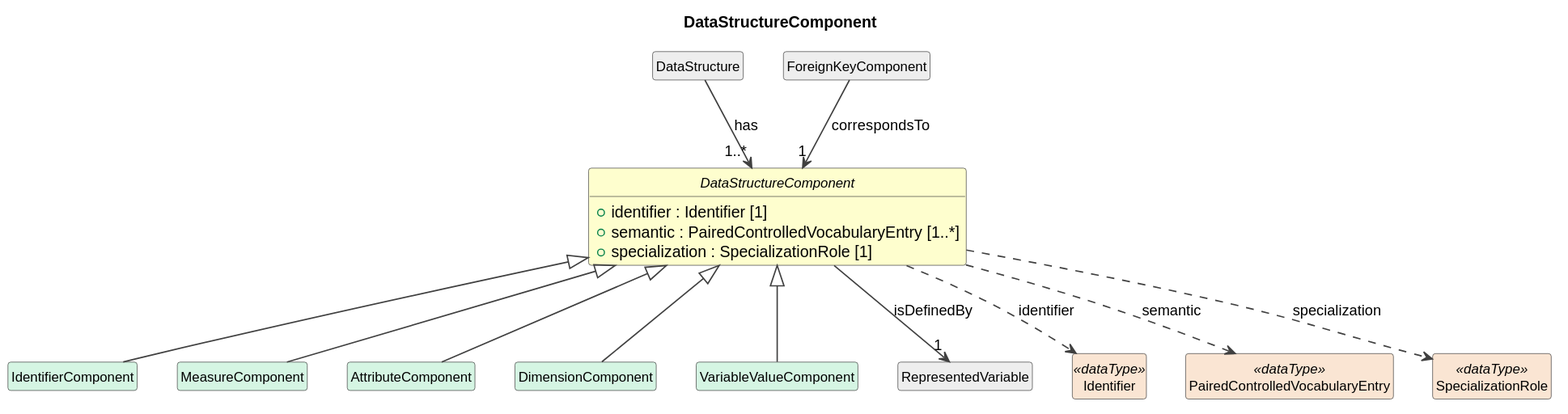
This is cdif-uml-model/_plantuml/cdifDataStructure/Classes/DataStructureComponent.svg from Cross-Domain-Interoperability-Framework/metadataBuildingBlocks, a PlantUML export, as it was before one commit.
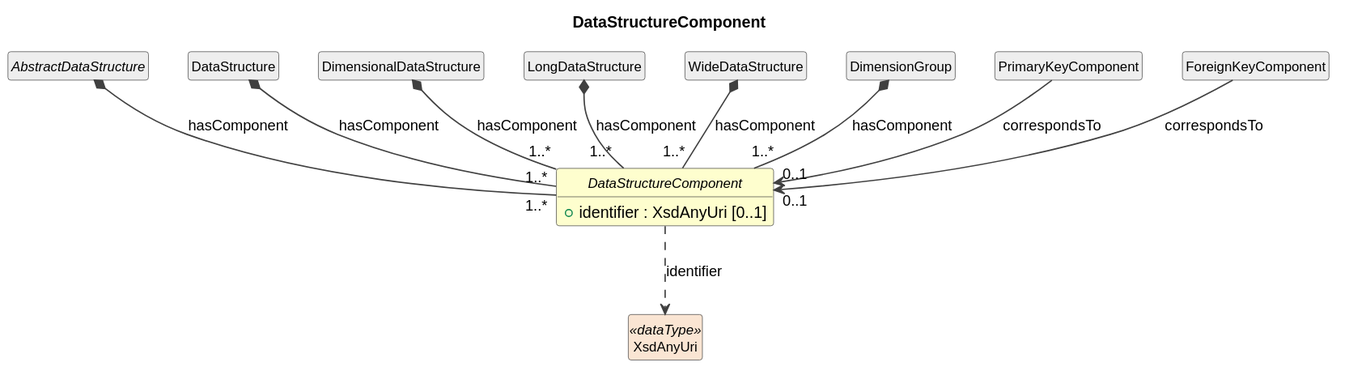
Later version of the same file.

What changed in the source:
```diff
@@ -11,30 +11,24 @@
 }
 
 abstract class "DataStructureComponent" as DataStructureComponent #FEFECE {
-  +identifier : Identifier [1]
-  +semantic : PairedControlledVocabularyEntry [1..*]
-  +specialization : SpecializationRole [1]
+  +identifier : XsdAnyUri [0..1]
 }
-class "IdentifierComponent" as IdentifierComponent #D5F5E3
-DataStructureComponent <|-- IdentifierComponent
-class "MeasureComponent" as MeasureComponent #D5F5E3
-DataStructureComponent <|-- MeasureComponent
-class "AttributeComponent" as AttributeComponent #D5F5E3
-DataStructureComponent <|-- AttributeComponent
-class "DimensionComponent" as DimensionComponent #D5F5E3
-DataStructureComponent <|-- DimensionComponent
-class "VariableValueComponent" as VariableValueComponent #D5F5E3
-DataStructureComponent <|-- VariableValueComponent
+abstract class "AbstractDataStructure" as AbstractDataStructure #EEEEEE
+AbstractDataStructure *-- "1..*" DataStructureComponent : hasComponent
 class "DataStructure" as DataStructure #EEEEEE
-DataStructure --> "1..*" DataStructureComponent : has
-class "RepresentedVariable" as RepresentedVariable #EEEEEE
-DataStructureComponent --> "1" RepresentedVariable : isDefinedBy
+DataStructure *-- "1..*" DataStructureComponent : hasComponent
+class "DimensionalDataStructure" as DimensionalDataStructure #EEEEEE
+DimensionalDataStructure *-- "1..*" DataStructureComponent : hasComponent
+class "LongDataStructure" as LongDataStructure #EEEEEE
+LongDataStructure *-- "1..*" DataStructureComponent : hasComponent
+class "WideDataStructure" as WideDataStructure #EEEEEE
+WideDataStructure *-- "1..*" DataStructureComponent : hasComponent
+class "DimensionGroup" as DimensionGroup #EEEEEE
+DimensionGroup *-- "1..*" DataStructureComponent : hasComponent
+class "PrimaryKeyComponent" as PrimaryKeyComponent #EEEEEE
+PrimaryKeyComponent --> "0..1" DataStructureComponent : correspondsTo
 class "ForeignKeyComponent" as ForeignKeyComponent #EEEEEE
-ForeignKeyComponent --> "1" DataStructureComponent : correspondsTo
-class "Identifier" as Identifier <<dataType>> #FAE5D3
-DataStructureComponent ..> Identifier : identifier
-class "PairedControlledVocabularyEntry" as PairedControlledVocabularyEntry <<dataType>> #FAE5D3
-DataStructureComponent ..> PairedControlledVocabularyEntry : semantic
-class "SpecializationRole" as SpecializationRole <<dataType>> #FAE5D3
-DataStructureComponent ..> SpecializationRole : specialization
+ForeignKeyComponent --> "0..1" DataStructureComponent : correspondsTo
+class "XsdAnyUri" as XsdAnyUri <<dataType>> #FAE5D3
+DataStructureComponent ..> XsdAnyUri : identifier
 @enduml
```
